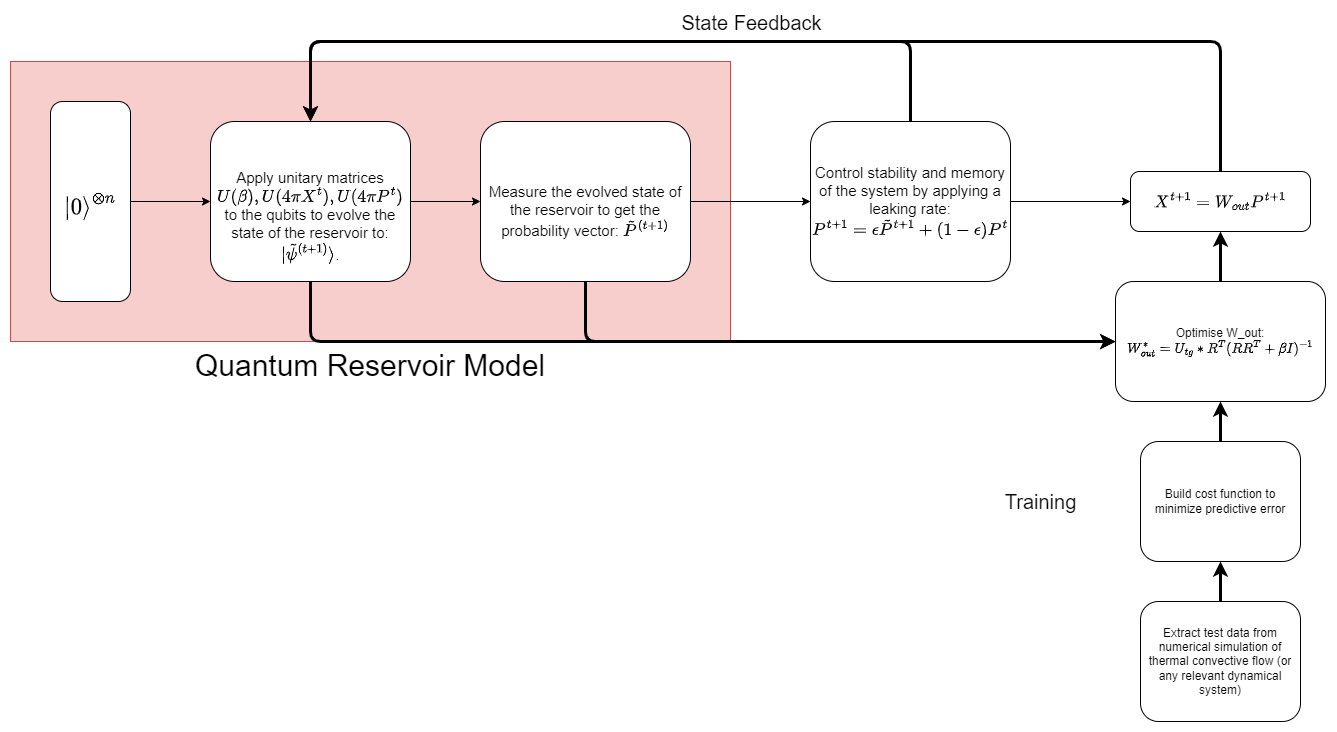
Above: Quantum Turbulence Learning/Diagrams/QRCM Forward Pass.png in raihaan123/Quantum-Turbulence-Learning (draw.io), before the change. Source tidied: cells renumbered, new cells last; positions are measured from the earlier drawing's top-left corner, leaving out a move shared by most shapes.
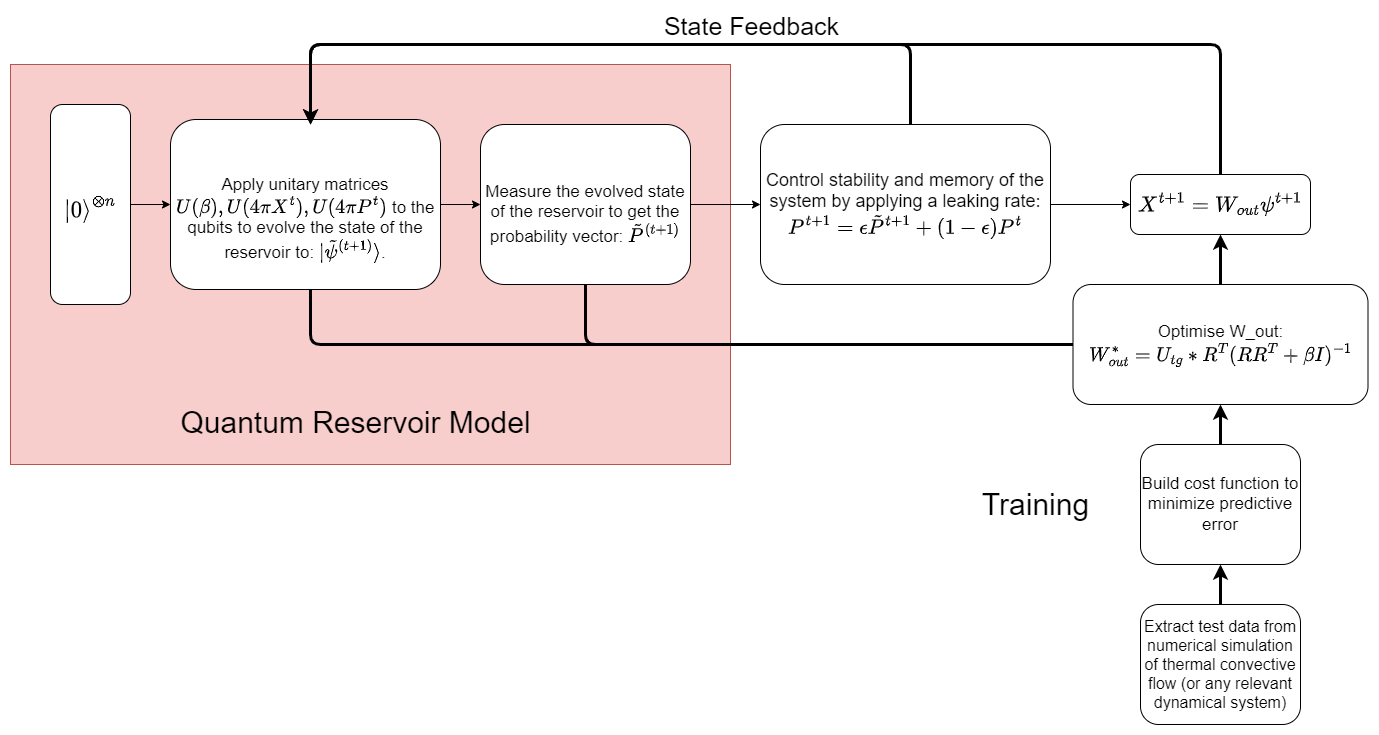
The same diagram one commit later.

The edit, as a diff of the source:
```diff
@@ -2,19 +2,19 @@
   <root>
     <mxCell id="0" />
     <mxCell id="1" parent="0" />
-    <mxCell id="2" value="Quantum Reservoir Model" style="whiteSpace=wrap;html=1;fontSize=30;fillColor=#f8cecc;strokeColor=#b85450;labelPosition=center;verticalLabelPosition=bottom;align=center;verticalAlign=top;" parent="1" vertex="1">
-      <mxGeometry y="20" width="720" height="280" as="geometry" />
+    <mxCell id="2" style="whiteSpace=wrap;html=1;fontSize=30;fillColor=#f8cecc;strokeColor=#b85450;labelPosition=center;verticalLabelPosition=bottom;align=center;verticalAlign=top;" parent="1" vertex="1">
+      <mxGeometry y="20" width="720" height="400" as="geometry" />
     </mxCell>
     <mxCell id="3" style="edgeStyle=orthogonalEdgeStyle;rounded=1;jettySize=auto;html=1;entryX=0.5;entryY=1;entryDx=0;entryDy=0;strokeWidth=3;fontSize=20;" parent="1" edge="1" source="4" target="6">
       <mxGeometry relative="1" as="geometry" />
     </mxCell>
-    <mxCell id="4" value="Extract test data from numerical simulation of thermal convective flow (or any relevant dynamical system)" style="rounded=1;whiteSpace=wrap;html=1;" parent="1" vertex="1">
+    <mxCell id="4" value="Extract test data from numerical simulation of thermal convective flow (or any relevant dynamical system)" style="rounded=1;whiteSpace=wrap;html=1;fontSize=16;" parent="1" vertex="1">
       <mxGeometry x="1130" y="560" width="160" height="120" as="geometry" />
     </mxCell>
     <mxCell id="5" style="edgeStyle=orthogonalEdgeStyle;rounded=1;jettySize=auto;html=1;entryX=0.5;entryY=1;entryDx=0;entryDy=0;strokeWidth=3;fontSize=20;" parent="1" edge="1" source="6" target="22">
       <mxGeometry relative="1" as="geometry" />
     </mxCell>
-    <mxCell id="6" value="Build cost function to minimize predictive error" style="rounded=1;whiteSpace=wrap;html=1;" parent="1" vertex="1">
+    <mxCell id="6" value="Build cost function to minimize predictive error" style="rounded=1;whiteSpace=wrap;html=1;fontSize=17;" parent="1" vertex="1">
       <mxGeometry x="1130" y="400" width="160" height="120" as="geometry" />
     </mxCell>
     <mxCell id="7" style="edgeStyle=orthogonalEdgeStyle;rounded=0;jettySize=auto;html=1;entryX=0;entryY=0.5;entryDx=0;entryDy=0;fontSize=20;" parent="1" edge="1" source="8" target="11">
@@ -34,8 +34,8 @@
         </Array>
       </mxGeometry>
     </mxCell>
-    <mxCell id="11" value="Apply unitary matrices $$U(\beta), U(4πX^t), U(4πP^t)$$ to the qubits to evolve the state of the reservoir to: $$\ket{\tilde{\psi}^{(t+1)}}$$." style="rounded=1;whiteSpace=wrap;html=1;labelPosition=center;verticalLabelPosition=middle;align=center;verticalAlign=middle;spacingTop=30;fontSize=15;" parent="1" vertex="1">
-      <mxGeometry x="200" y="80" width="200" height="160" as="geometry" />
+    <mxCell id="11" value="Apply unitary matrices $$U(\beta), U(4πX^t), U(4πP^t)$$ to the qubits to evolve the state of the reservoir to: $$\ket{\tilde{\psi}^{(t+1)}}$$." style="rounded=1;whiteSpace=wrap;html=1;labelPosition=center;verticalLabelPosition=middle;align=center;verticalAlign=middle;spacingTop=30;fontSize=17;" parent="1" vertex="1">
+      <mxGeometry x="160" y="75" width="270" height="170" as="geometry" />
     </mxCell>
     <mxCell id="12" style="edgeStyle=orthogonalEdgeStyle;rounded=0;jettySize=auto;html=1;entryX=0;entryY=0.5;entryDx=0;entryDy=0;fontSize=30;" parent="1" edge="1" source="14" target="17">
       <mxGeometry relative="1" as="geometry" />
@@ -48,47 +48,54 @@
         </Array>
       </mxGeometry>
     </mxCell>
-    <mxCell id="14" value="Measure the evolved state of the reservoir to get the probability vector: $$\tilde{P}^{(t+1)}$$" style="rounded=1;whiteSpace=wrap;html=1;spacingTop=20;fontSize=15;" parent="1" vertex="1">
+    <mxCell id="14" value="Measure the evolved state of the reservoir to get the probability vector: $$\tilde{P}^{(t+1)}$$" style="rounded=1;whiteSpace=wrap;html=1;spacingTop=20;fontSize=17;" parent="1" vertex="1">
       <mxGeometry x="470" y="80" width="210" height="160" as="geometry" />
     </mxCell>
     <mxCell id="15" style="edgeStyle=orthogonalEdgeStyle;rounded=0;jettySize=auto;html=1;entryX=0;entryY=0.5;entryDx=0;entryDy=0;fontSize=10;" parent="1" edge="1" source="17" target="20">
       <mxGeometry relative="1" as="geometry" />
     </mxCell>
-    <mxCell id="16" style="edgeStyle=orthogonalEdgeStyle;rounded=1;jettySize=auto;html=1;entryX=0.5;entryY=0;entryDx=0;entryDy=0;fontSize=10;strokeWidth=3;" parent="1" edge="1" source="17" target="11">
+    <mxCell id="16" style="edgeStyle=orthogonalEdgeStyle;rounded=1;jettySize=auto;html=1;fontSize=10;strokeWidth=3;" parent="1" edge="1" source="17">
       <mxGeometry relative="1" as="geometry">
+        <mxPoint x="300" y="80" as="targetPoint" />
         <Array as="points">
           <mxPoint x="900" />
           <mxPoint x="300" />
+          <mxPoint x="300" y="80" />
         </Array>
       </mxGeometry>
     </mxCell>
-    <mxCell id="17" value="Control stability and memory of the system by applying a leaking rate: $$P^{t+1} = \epsilon \tilde{P}^{t+1} + (1-\epsilon)P^{t}$$" style="rounded=1;whiteSpace=wrap;html=1;fontSize=15;" parent="1" vertex="1">
-      <mxGeometry x="800" y="80" width="200" height="160" as="geometry" />
+    <mxCell id="17" value="Control stability and memory of the system by applying a leaking rate: $$P^{t+1} = \epsilon \tilde{P}^{t+1} + (1-\epsilon)P^{t}$$" style="rounded=1;whiteSpace=wrap;html=1;fontSize=18;" parent="1" vertex="1">
+      <mxGeometry x="750" y="80" width="290" height="160" as="geometry" />
     </mxCell>
-    <mxCell id="18" style="edgeStyle=orthogonalEdgeStyle;rounded=1;jettySize=auto;html=1;entryX=0.5;entryY=0;entryDx=0;entryDy=0;strokeWidth=3;fontSize=10;" parent="1" edge="1" source="20" target="11">
+    <mxCell id="18" style="edgeStyle=orthogonalEdgeStyle;rounded=1;jettySize=auto;html=1;strokeWidth=3;fontSize=10;" parent="1" edge="1" source="20">
       <mxGeometry relative="1" as="geometry">
+        <mxPoint x="300" y="80" as="targetPoint" />
         <Array as="points">
           <mxPoint x="1210" />
           <mxPoint x="300" />
+          <mxPoint x="300" y="80" />
         </Array>
       </mxGeometry>
     </mxCell>
-    <mxCell id="19" value="State Feedback" style="edgeLabel;html=1;align=center;verticalAlign=middle;fontSize=20;" parent="18" vertex="1">
+    <mxCell id="19" value="State Feedback" style="edgeLabel;html=1;align=center;verticalAlign=middle;fontSize=25;" parent="18" vertex="1">
       <mxGeometry x="0.15" y="5" relative="1" as="geometry">
         <mxPoint x="43" y="-25" as="offset" />
       </mxGeometry>
     </mxCell>
-    <mxCell id="20" value="$$X^{t+1} = W_{out} P^{t+1}$$" style="rounded=1;whiteSpace=wrap;html=1;fontSize=15;" parent="1" vertex="1">
+    <mxCell id="20" value="$$X^{t+1} = W_{out} \psi^{t+1}$$" style="rounded=1;whiteSpace=wrap;html=1;fontSize=19;" parent="1" vertex="1">
       <mxGeometry x="1120" y="130" width="180" height="60" as="geometry" />
     </mxCell>
     <mxCell id="21" style="edgeStyle=orthogonalEdgeStyle;rounded=1;jettySize=auto;html=1;strokeWidth=3;fontSize=20;" parent="1" edge="1" source="22" target="20">
       <mxGeometry relative="1" as="geometry" />
     </mxCell>
-    <mxCell id="22" value="Optimise W_out:&lt;br&gt;$$W_{out}^* = U_{tg} * R^T (RR^T + \beta I)^{-1}&lt;br&gt;$$" style="rounded=1;whiteSpace=wrap;html=1;" parent="1" vertex="1">
-      <mxGeometry x="1105" y="240" width="210" height="120" as="geometry" />
+    <mxCell id="22" value="Optimise W_out:&lt;br style=&quot;font-size: 17px;&quot;&gt;$$W_{out}^* = U_{tg} * R^T (RR^T + \beta I)^{-1}&lt;br style=&quot;font-size: 17px;&quot;&gt;$$" style="rounded=1;whiteSpace=wrap;html=1;fontSize=17;" parent="1" vertex="1">
+      <mxGeometry x="1062.5" y="240" width="295" height="120" as="geometry" />
     </mxCell>
-    <mxCell id="23" value="Training" style="text;html=1;align=center;verticalAlign=middle;strokeColor=none;fillColor=none;fontSize=20;" parent="1" vertex="1">
-      <mxGeometry x="980" y="440" width="100" height="40" as="geometry" />
+    <mxCell id="23" value="Training" style="text;html=1;align=center;verticalAlign=middle;strokeColor=none;fillColor=none;fontSize=30;" parent="1" vertex="1">
+      <mxGeometry x="960" y="435" width="130" height="50" as="geometry" />
     </mxCell>
+    <mxCell id="24" value="&#10;&lt;span style=&quot;color: rgb(0, 0, 0); font-family: Helvetica; font-size: 30px; font-style: normal; font-variant-ligatures: normal; font-variant-caps: normal; font-weight: 400; letter-spacing: normal; orphans: 2; text-align: center; text-indent: 0px; text-transform: none; widows: 2; word-spacing: 0px; -webkit-text-stroke-width: 0px; text-decoration-thickness: initial; text-decoration-style: initial; text-decoration-color: initial; float: none; display: inline !important;&quot;&gt;Quantum Reservoir Model&lt;/span&gt;&#10;&#10;" style="text;html=1;align=center;verticalAlign=middle;strokeColor=none;fillColor=none;fontSize=19;labelBackgroundColor=none;" parent="1" vertex="1">
+      <mxGeometry x="160" y="340" width="370" height="100" as="geometry" />
+    </mxCell>
   </root>
 </mxGraphModel>
```
